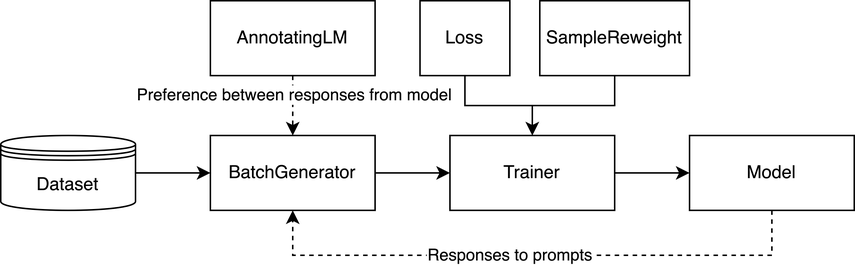
Before: docs/figs/sys_data_flow.png, a diagram exported from draw.io (Shawn-Guo-CN/Alignment_with_Huggingface). Source tidied: cells renumbered, new cells last; positions are measured from the earlier drawing's top-left corner, leaving out a move shared by most shapes.
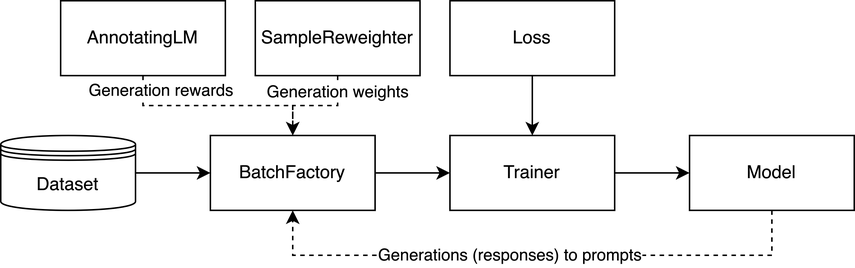
Above is the later version.

The edit, as a diff of the source:
```diff
@@ -17,7 +17,7 @@
     <mxCell id="6" style="edgeStyle=orthogonalEdgeStyle;rounded=0;jettySize=auto;html=1;exitX=1;exitY=0.5;exitDx=0;exitDy=0;entryX=0;entryY=0.5;entryDx=0;entryDy=0;" parent="1" edge="1" source="7" target="5">
       <mxGeometry relative="1" as="geometry" />
     </mxCell>
-    <mxCell id="7" value="BatchGenerator" style="html=1;whiteSpace=wrap;" parent="1" vertex="1">
+    <mxCell id="7" value="BatchFactory" style="html=1;whiteSpace=wrap;" parent="1" vertex="1">
       <mxGeometry x="140" y="90" width="110" height="50" as="geometry" />
     </mxCell>
     <mxCell id="8" style="edgeStyle=orthogonalEdgeStyle;rounded=0;jettySize=auto;html=1;exitX=0.5;exitY=1;exitDx=0;exitDy=0;entryX=0.5;entryY=1;entryDx=0;entryDy=0;dashed=1;" parent="1" edge="1" source="10" target="7">
@@ -28,7 +28,7 @@
         </Array>
       </mxGeometry>
     </mxCell>
-    <mxCell id="9" value="Responses to prompts" style="edgeLabel;html=1;align=center;verticalAlign=middle;" parent="8" vertex="1">
+    <mxCell id="9" value="Generations (responses) to prompts" style="edgeLabel;html=1;align=center;verticalAlign=middle;" parent="8" vertex="1">
       <mxGeometry x="0.09" y="1" relative="1" as="geometry">
         <mxPoint x="2" y="-1" as="offset" />
       </mxGeometry>
@@ -39,33 +39,30 @@
     <mxCell id="11" style="edgeStyle=orthogonalEdgeStyle;rounded=0;jettySize=auto;html=1;exitX=0.5;exitY=1;exitDx=0;exitDy=0;entryX=0.5;entryY=0;entryDx=0;entryDy=0;dashed=1;" parent="1" edge="1" source="13" target="7">
       <mxGeometry relative="1" as="geometry" />
     </mxCell>
-    <mxCell id="12" value="Preference between responses from model" style="edgeLabel;html=1;align=center;verticalAlign=middle;" parent="11" vertex="1">
-      <mxGeometry x="-0.38" y="1" relative="1" as="geometry" />
+    <mxCell id="12" value="Generation rewards" style="edgeLabel;html=1;align=center;verticalAlign=middle;" parent="11" vertex="1">
+      <mxGeometry x="-0.38" y="1" relative="1" as="geometry">
+        <mxPoint x="-12" y="-9" as="offset" />
+      </mxGeometry>
     </mxCell>
     <mxCell id="13" value="AnnotatingLM" style="html=1;whiteSpace=wrap;" parent="1" vertex="1">
-      <mxGeometry x="140" width="110" height="50" as="geometry" />
+      <mxGeometry x="40" width="110" height="50" as="geometry" />
     </mxCell>
     <mxCell id="14" style="edgeStyle=orthogonalEdgeStyle;rounded=0;jettySize=auto;html=1;" parent="1" edge="1" source="15" target="5">
-      <mxGeometry relative="1" as="geometry">
-        <Array as="points">
-          <mxPoint x="310" y="70" />
-          <mxPoint x="355" y="70" />
-        </Array>
-      </mxGeometry>
+      <mxGeometry relative="1" as="geometry" />
     </mxCell>
     <mxCell id="15" value="Loss" style="html=1;whiteSpace=wrap;" parent="1" vertex="1">
-      <mxGeometry x="280" width="60" height="50" as="geometry" />
+      <mxGeometry x="300" width="110" height="50" as="geometry" />
     </mxCell>
-    <mxCell id="16" style="edgeStyle=orthogonalEdgeStyle;rounded=0;jettySize=auto;html=1;" parent="1" edge="1" source="17" target="5">
-      <mxGeometry relative="1" as="geometry">
-        <Array as="points">
-          <mxPoint x="410" y="70" />
-          <mxPoint x="355" y="70" />
-        </Array>
-      </mxGeometry>
-    </mxCell>
+    <mxCell id="18" style="edgeStyle=orthogonalEdgeStyle;rounded=0;jettySize=auto;html=1;dashed=1;" parent="1" edge="1" source="17" target="7">
+      <mxGeometry relative="1" as="geometry" />
+    </mxCell>
+    <mxCell id="19" value="Generation weights" style="edgeLabel;html=1;align=center;verticalAlign=middle;" parent="18" vertex="1">
+      <mxGeometry x="-0.64" y="2" relative="1" as="geometry">
+        <mxPoint x="-2" y="-2" as="offset" />
+      </mxGeometry>
+    </mxCell>
-    <mxCell id="17" value="SampleReweight" style="html=1;whiteSpace=wrap;" parent="1" vertex="1">
-      <mxGeometry x="360" width="100" height="50" as="geometry" />
+    <mxCell id="17" value="SampleReweighter" style="html=1;whiteSpace=wrap;" parent="1" vertex="1">
+      <mxGeometry x="170" width="110" height="50" as="geometry" />
     </mxCell>
   </root>
 </mxGraphModel>
```
